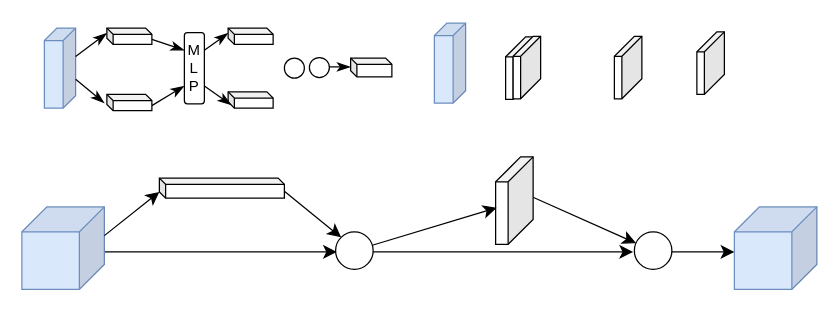
DingDongZz/typera_PicGO keeps this draw.io diagram as DrawIO_file/流程图/CBAM注意力机制.drawio. Above is the earlier version. Source tidied: cells renumbered, new cells numbered last; positions are measured from the earlier drawing's top-left corner, leaving out a move shared by most shapes. Both pictures are drawn from the tidied source at 125%, with x=0, y=0 at pixel (21, 22).
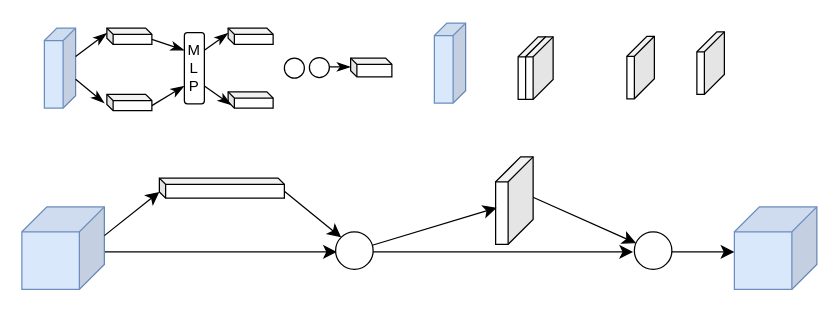
Above is the later version.

Commit message (it also covers changes not shown here):
更新CBAM注意力机制.drawio

The edit, as a diff of the source:
```diff
@@
-    <mxCell id="32" style="group;" parent="1" vertex="1">
-      <mxGeometry x="387" y="10.5" width="109" height="50.5" as="geometry" />
-    </mxCell>
+    <mxCell id="36" style="edgeStyle=none;shape=connector;curved=1;rounded=0;orthogonalLoop=1;jettySize=auto;html=1;entryX=0;entryY=0;entryDx=0;entryDy=10;entryPerimeter=0;strokeColor=default;align=center;verticalAlign=middle;fontFamily=Helvetica;fontSize=12;fontColor=default;labelBackgroundColor=default;startSize=8;endArrow=classicThin;endFill=1;endSize=8;" parent="1" edge="1">
+      <mxGeometry relative="1" as="geometry">
+        <mxPoint x="246" y="35" as="sourcePoint" />
+        <mxPoint x="263" y="35" as="targetPoint" />
+      </mxGeometry>
+    </mxCell>
-    <mxCell id="33" style="shape=cube;whiteSpace=wrap;html=1;boundedLbl=1;backgroundOutline=1;darkOpacity=0.05;darkOpacity2=0.1;size=16;flipV=0;flipH=1;" parent="32" vertex="1">
-      <mxGeometry y="0.5" width="22" height="50" as="geometry" />
+    <mxCell id="33" style="shape=cube;whiteSpace=wrap;html=1;boundedLbl=1;backgroundOutline=1;darkOpacity=0.05;darkOpacity2=0.1;size=16;flipV=0;flipH=1;" parent="1" vertex="1">
+      <mxGeometry x="397" y="11" width="22" height="50" as="geometry" />
     </mxCell>
-    <mxCell id="34" style="shape=cube;whiteSpace=wrap;html=1;boundedLbl=1;backgroundOutline=1;darkOpacity=0.05;darkOpacity2=0.1;size=16;flipV=0;flipH=1;" parent="32" vertex="1">
-      <mxGeometry x="6" width="22" height="50" as="geometry" />
+    <mxCell id="34" style="shape=cube;whiteSpace=wrap;html=1;boundedLbl=1;backgroundOutline=1;darkOpacity=0.05;darkOpacity2=0.1;size=16;flipV=0;flipH=1;" parent="1" vertex="1">
+      <mxGeometry x="403" y="11" width="22" height="50" as="geometry" />
     </mxCell>
-    <mxCell id="35" style="shape=cube;whiteSpace=wrap;html=1;boundedLbl=1;backgroundOutline=1;darkOpacity=0.05;darkOpacity2=0.1;size=16;flipV=0;flipH=1;" parent="32" vertex="1">
-      <mxGeometry x="87" width="22" height="50" as="geometry" />
+    <mxCell id="35" style="shape=cube;whiteSpace=wrap;html=1;boundedLbl=1;backgroundOutline=1;darkOpacity=0.05;darkOpacity2=0.1;size=16;flipV=0;flipH=1;" parent="1" vertex="1">
+      <mxGeometry x="484" y="10.5" width="22" height="50" as="geometry" />
     </mxCell>
-    <mxCell id="36" style="edgeStyle=none;shape=connector;curved=1;rounded=0;orthogonalLoop=1;jettySize=auto;html=1;entryX=0;entryY=0;entryDx=0;entryDy=10;entryPerimeter=0;strokeColor=default;align=center;verticalAlign=middle;fontFamily=Helvetica;fontSize=12;fontColor=default;labelBackgroundColor=default;startSize=8;endArrow=classicThin;endFill=1;endSize=8;" parent="1" edge="1">
-      <mxGeometry relative="1" as="geometry">
-        <mxPoint x="246" y="35" as="sourcePoint" />
-        <mxPoint x="263" y="35" as="targetPoint" />
-      </mxGeometry>
-    </mxCell>
```
